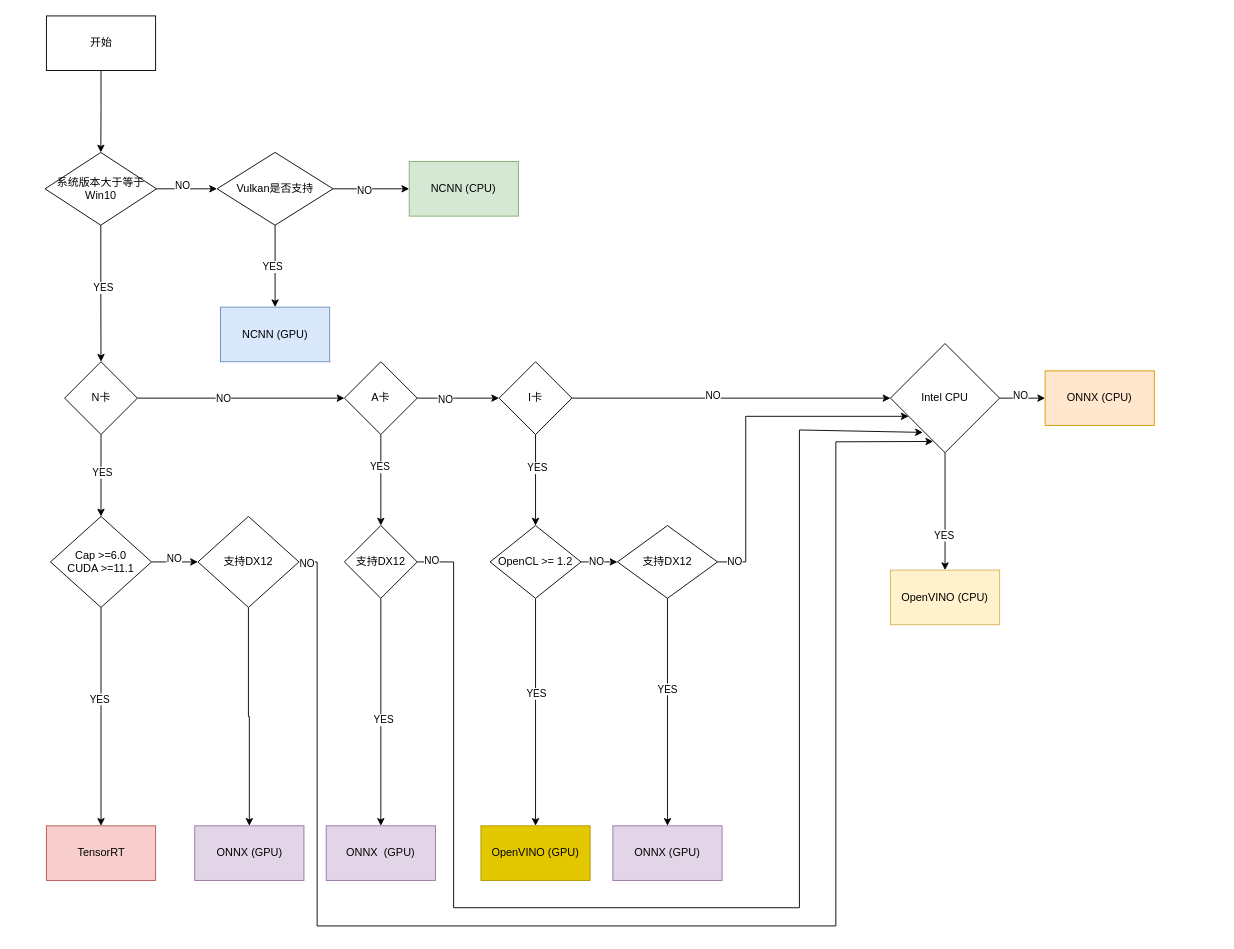
Before: uml.drawio in macfanr/drawio, a draw.io diagram. Source tidied: cells renumbered, new cells numbered last; positions are measured from the earlier drawing's top-left corner, leaving out a move shared by most shapes. Both pictures are drawn from the tidied source at 91%, with x=0, y=0 at pixel (45, 15).
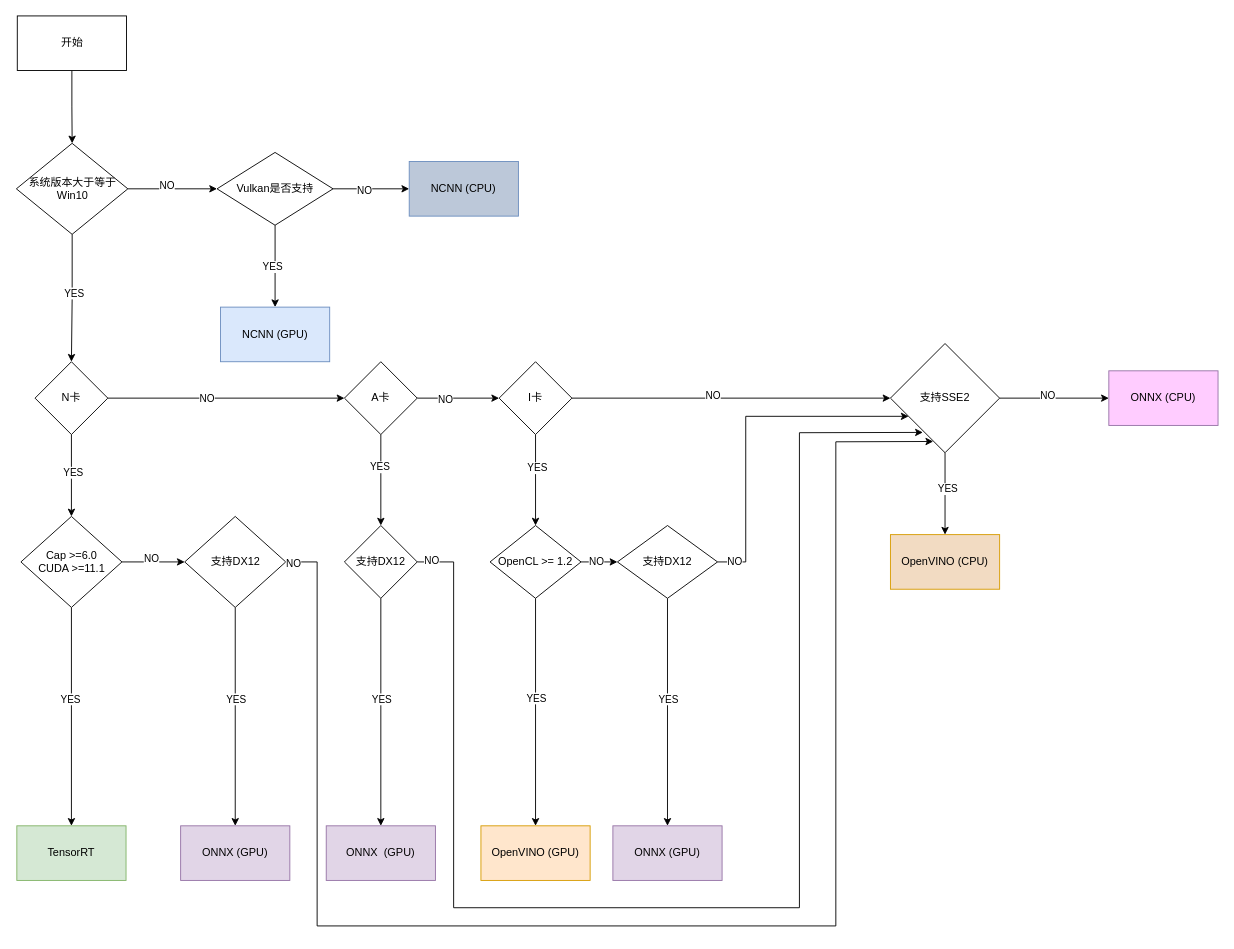
Above is the later version.

Unchanged cells that the change refers to:
```xml
<mxCell id="36" style="edgeStyle=orthogonalEdgeStyle;rounded=0;jettySize=auto;html=1;" parent="1" edge="1" source="37" target="39">
  <mxGeometry relative="1" as="geometry" />
</mxCell>
<mxCell id="40" style="edgeStyle=orthogonalEdgeStyle;rounded=0;jettySize=auto;html=1;" parent="1" edge="1" source="42" target="43">
  <mxGeometry relative="1" as="geometry" />
</mxCell>
<mxCell id="42" value="支持DX12" style="rhombus;whiteSpace=wrap;html=1;" parent="1" vertex="1">
  <mxGeometry x="329" y="560" width="80" height="80" as="geometry" />
</mxCell>
<mxCell id="46" style="edgeStyle=orthogonalEdgeStyle;rounded=0;jettySize=auto;html=1;" parent="1" edge="1" source="50" target="54">
  <mxGeometry relative="1" as="geometry" />
</mxCell>
<mxCell id="51" style="edgeStyle=orthogonalEdgeStyle;rounded=0;jettySize=auto;html=1;" parent="1" edge="1" source="56" target="53">
  <mxGeometry relative="1" as="geometry" />
</mxCell>
```

The edit, as a diff of the source:
```diff
@@
     <mxCell id="3" value="开始" style="rounded=0;whiteSpace=wrap;html=1;" parent="1" vertex="1">
-      <mxGeometry x="1.5" width="120" height="60" as="geometry" />
+      <mxGeometry x="-30.5" width="120" height="60" as="geometry" />
     </mxCell>
@@
     <mxCell id="8" value="系统版本大于等于Win10" style="rhombus;whiteSpace=wrap;html=1;" parent="1" vertex="1">
-      <mxGeometry y="150" width="122.5" height="80" as="geometry" />
+      <mxGeometry x="-31.5" y="140" width="122.5" height="100" as="geometry" />
     </mxCell>
@@
     <mxCell id="13" value="N卡" style="rhombus;whiteSpace=wrap;html=1;" parent="1" vertex="1">
-      <mxGeometry x="21.5" y="380" width="80" height="80" as="geometry" />
+      <mxGeometry x="-11" y="380" width="80" height="80" as="geometry" />
     </mxCell>
@@
-    <mxCell id="24" style="edgeStyle=orthogonalEdgeStyle;rounded=0;jettySize=auto;html=1;" parent="1" edge="1" source="28" target="29">
-      <mxGeometry relative="1" as="geometry" />
-    </mxCell>
-    <mxCell id="25" value="YES" style="edgeLabel;html=1;align=center;verticalAlign=middle;" parent="24" vertex="1">
-      <mxGeometry x="0.39" y="-2" relative="1" as="geometry" />
-    </mxCell>
@@
+    <mxCell id="24" style="edgeStyle=orthogonalEdgeStyle;rounded=0;jettySize=auto;html=1;entryX=0.5;entryY=0;entryDx=0;entryDy=0;" parent="1" edge="1" source="28" target="29">
+      <mxGeometry relative="1" as="geometry" />
+    </mxCell>
+    <mxCell id="68" value="YES" style="edgeLabel;html=1;align=center;verticalAlign=middle;" parent="24" vertex="1">
+      <mxGeometry x="-0.13" y="2" relative="1" as="geometry" />
+    </mxCell>
-    <mxCell id="28" value="Intel CPU" style="rhombus;whiteSpace=wrap;html=1;" parent="1" vertex="1">
+    <mxCell id="28" value="支持SSE2" style="rhombus;whiteSpace=wrap;html=1;" parent="1" vertex="1">
       <mxGeometry x="929" y="360" width="120" height="120" as="geometry" />
     </mxCell>
-    <mxCell id="29" value="OpenVINO (CPU)" style="whiteSpace=wrap;html=1;fillColor=#fff2cc;strokeColor=#d6b656;" parent="1" vertex="1">
-      <mxGeometry x="929" y="609" width="120" height="60" as="geometry" />
+    <mxCell id="29" value="OpenVINO (CPU)" style="whiteSpace=wrap;html=1;fillColor=#F2DBC2;strokeColor=#d79b00;" parent="1" vertex="1">
+      <mxGeometry x="929" y="570" width="120" height="60" as="geometry" />
     </mxCell>
-    <mxCell id="30" value="ONNX (CPU)" style="whiteSpace=wrap;html=1;fillColor=#ffe6cc;strokeColor=#d79b00;" parent="1" vertex="1">
-      <mxGeometry x="1099" y="390" width="120" height="60" as="geometry" />
+    <mxCell id="30" value="ONNX (CPU)" style="whiteSpace=wrap;html=1;fillColor=#FFCCFF;strokeColor=#9673a6;" parent="1" vertex="1">
+      <mxGeometry x="1169" y="390" width="120" height="60" as="geometry" />
     </mxCell>
@@
     <mxCell id="35" value="Cap &amp;gt;=6.0&lt;br&gt;CUDA &amp;gt;=11.1" style="rhombus;whiteSpace=wrap;html=1;" parent="1" vertex="1">
-      <mxGeometry x="6" y="550" width="111" height="100" as="geometry" />
+      <mxGeometry x="-26.5" y="550" width="111" height="100" as="geometry" />
     </mxCell>
@@
+    <mxCell id="69" value="YES" style="edgeLabel;html=1;align=center;verticalAlign=middle;" parent="36" vertex="1">
+      <mxGeometry x="-0.17" relative="1" as="geometry" />
+    </mxCell>
     <mxCell id="37" value="支持DX12" style="rhombus;whiteSpace=wrap;html=1;" parent="1" vertex="1">
-      <mxGeometry x="168" y="550" width="111" height="100" as="geometry" />
+      <mxGeometry x="153.5" y="550" width="111" height="100" as="geometry" />
     </mxCell>
-    <mxCell id="38" value="TensorRT" style="whiteSpace=wrap;html=1;fillColor=#f8cecc;strokeColor=#b85450;" parent="1" vertex="1">
-      <mxGeometry x="1.5" y="890" width="120" height="60" as="geometry" />
+    <mxCell id="38" value="TensorRT" style="whiteSpace=wrap;html=1;fillColor=#d5e8d4;strokeColor=#82b366;" parent="1" vertex="1">
+      <mxGeometry x="-31" y="890" width="120" height="60" as="geometry" />
     </mxCell>
     <mxCell id="39" value="ONNX (GPU)" style="whiteSpace=wrap;html=1;fillColor=#e1d5e7;strokeColor=#9673a6;" parent="1" vertex="1">
-      <mxGeometry x="164.5" y="890" width="120" height="60" as="geometry" />
+      <mxGeometry x="149" y="890" width="120" height="60" as="geometry" />
     </mxCell>
@@
     <mxCell id="41" value="YES" style="edgeLabel;html=1;align=center;verticalAlign=middle;" parent="40" vertex="1">
-      <mxGeometry x="0.06" y="2" relative="1" as="geometry" />
+      <mxGeometry x="0.06" y="2" relative="1" as="geometry">
+        <mxPoint x="-2" y="-23" as="offset" />
+      </mxGeometry>
     </mxCell>
@@
     <mxCell id="47" value="YES" style="edgeLabel;html=1;align=center;verticalAlign=middle;" parent="46" vertex="1">
-      <mxGeometry x="-0.21" y="-1" relative="1" as="geometry" />
+      <mxGeometry x="-0.21" y="-1" relative="1" as="geometry">
+        <mxPoint x="1" y="11" as="offset" />
+      </mxGeometry>
     </mxCell>
@@
     <mxCell id="52" value="YES" style="edgeLabel;html=1;align=center;verticalAlign=middle;" parent="51" vertex="1">
-      <mxGeometry x="-0.17" relative="1" as="geometry" />
+      <mxGeometry x="-0.17" relative="1" as="geometry">
+        <mxPoint y="5" as="offset" />
+      </mxGeometry>
     </mxCell>
-    <mxCell id="53" value="OpenVINO (GPU)" style="whiteSpace=wrap;html=1;fillColor=#e3c800;strokeColor=#B09500;fontColor=#000000;" parent="1" vertex="1">
+    <mxCell id="53" value="OpenVINO (GPU)" style="whiteSpace=wrap;html=1;fillColor=#ffe6cc;strokeColor=#d79b00;" parent="1" vertex="1">
       <mxGeometry x="479" y="890" width="120" height="60" as="geometry" />
     </mxCell>
@@
     <mxCell id="57" style="endArrow=classic;html=1;rounded=0;exitX=1;exitY=0.5;exitDx=0;exitDy=0;entryX=0.297;entryY=0.814;entryDx=0;entryDy=0;entryPerimeter=0;" parent="1" edge="1" source="42" target="28">
       <mxGeometry relative="1" as="geometry">
         <Array as="points">
           <mxPoint x="449" y="600" />
           <mxPoint x="449" y="980" />
           <mxPoint x="829" y="980" />
-          <mxPoint x="829" y="455" />
+          <mxPoint x="829" y="458" />
         </Array>
       </mxGeometry>
     </mxCell>
@@
-    <mxCell id="65" value="NCNN (CPU)" style="whiteSpace=wrap;html=1;fillColor=#d5e8d4;strokeColor=#82b366;" parent="1" vertex="1">
+    <mxCell id="65" value="NCNN (CPU)" style="whiteSpace=wrap;html=1;fillColor=#BCC8D9;strokeColor=#6c8ebf;" parent="1" vertex="1">
       <mxGeometry x="400.2" y="160" width="120" height="60" as="geometry" />
     </mxCell>
```
